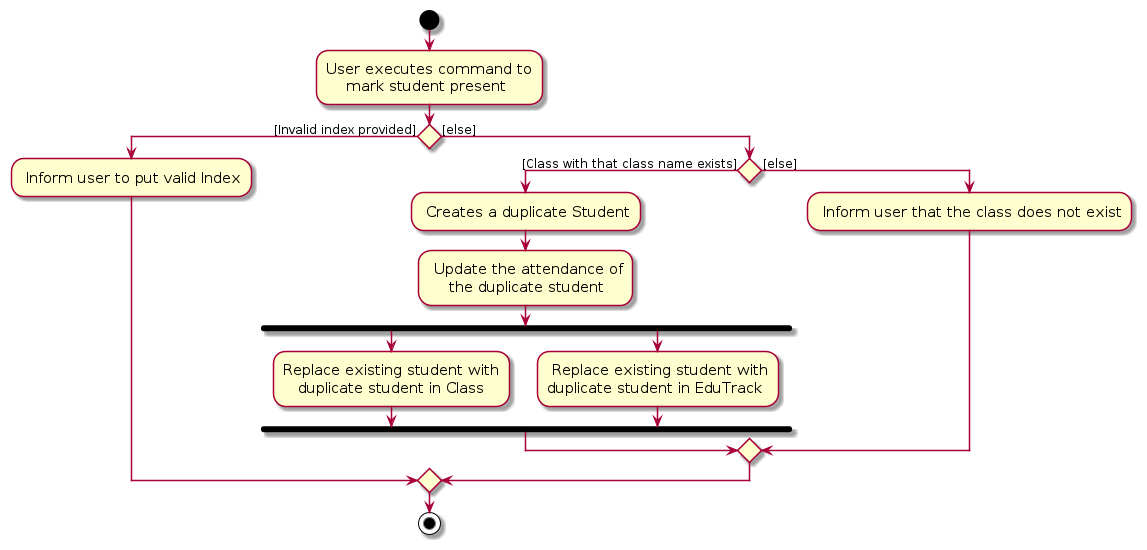
AY2324S1-CS2103T-T15-3/tp keeps this PlantUML diagram as diagrams/MarkStudentActivityDiagram.png. Above is the earlier version. Its source is kept beside it as diagrams/MarkStudentActivityDiagram.puml. Its diagram source:
```plantuml
@startuml
skin rose
skinparam ActivityFontSize 15
skinparam ArrowFontSize 12
start
:User executes command to
    mark student present;

if () then ([Invalid index provided])
    : Inform user to put valid Index;
else ([else])
    if () then ([Class with that class name exists])
            : Creates a duplicate Student;
            : Update the attendance of
                the duplicate student;
            fork
                :Replace existing student with
                   duplicate student in Class;
            fork again
                : Replace existing student with
                duplicate student in EduTrack;
            end fork
    else ([else])
        : Inform user that the class does not exist;
    endif
endif
stop
@enduml
```
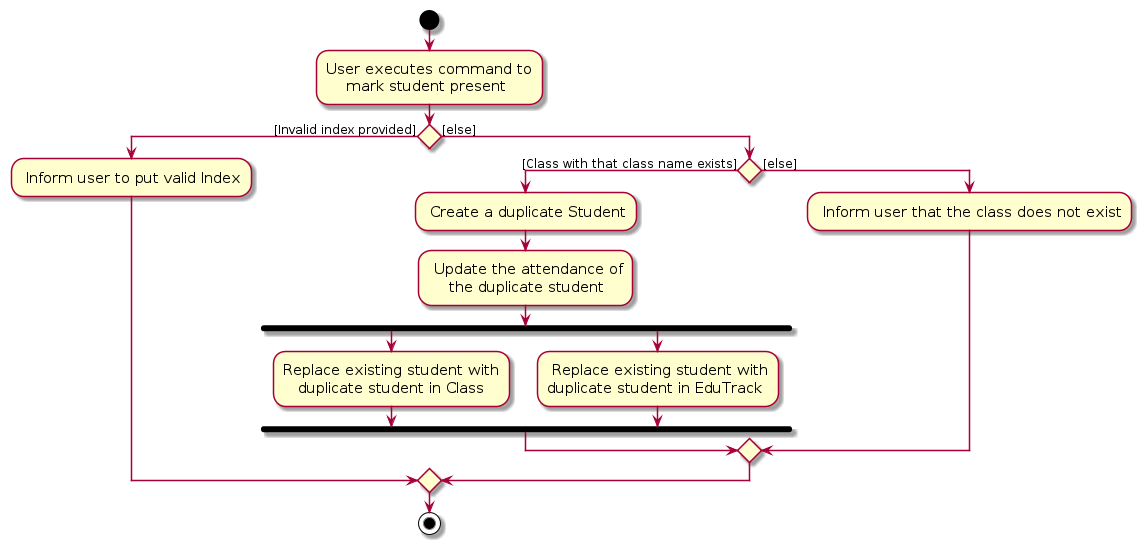
After the commit.

The edit, as a diff of the source:
```diff
@@ -10,7 +10,7 @@
     : Inform user to put valid Index;
 else ([else])
     if () then ([Class with that class name exists])
-            : Creates a duplicate Student;
+            : Create a duplicate Student;
             : Update the attendance of
                 the duplicate student;
             fork
```
